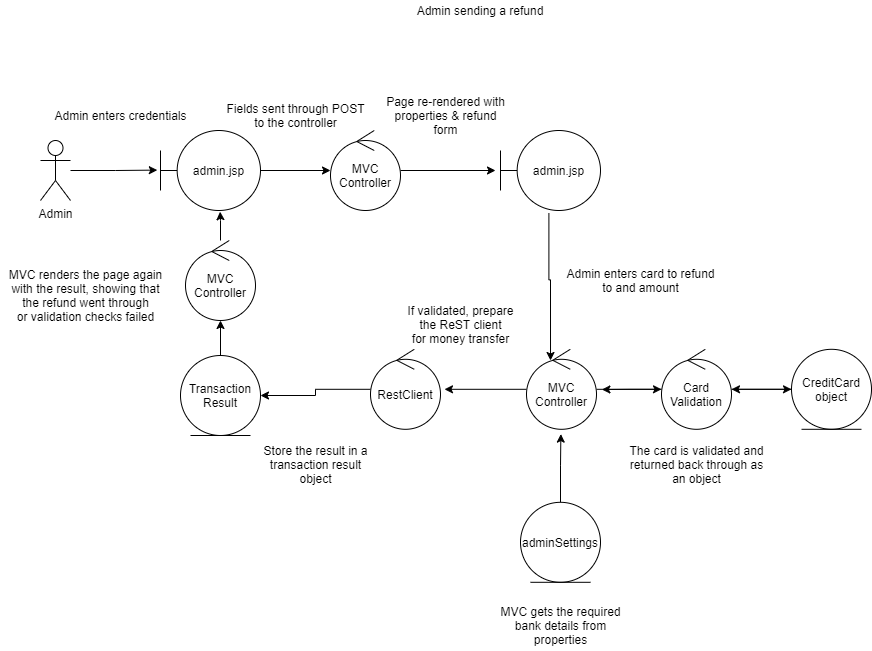
Before: ae1/documentation/UML/robustnessAdminRefund.png, a diagram exported from draw.io (WT000/Bank-Simulator). Source tidied: cells renumbered, new cells last; positions are measured from the earlier drawing's top-left corner, leaving out a move shared by most shapes. Its diagram source:
```xml
<mxGraphModel>
  <root>
    <mxCell id="0" />
    <mxCell id="1" parent="0" />
    <mxCell id="2" style="edgeStyle=orthogonalEdgeStyle;rounded=0;jettySize=auto;html=1;entryX=-0.05;entryY=0.5;entryDx=0;entryDy=0;entryPerimeter=0;" parent="1" edge="1" source="3" target="27">
      <mxGeometry relative="1" as="geometry" />
    </mxCell>
    <mxCell id="3" value="MVC&lt;br&gt;Controller" style="ellipse;shape=umlControl;whiteSpace=wrap;html=1;" parent="1" vertex="1">
      <mxGeometry x="330" y="130" width="70" height="80" as="geometry" />
    </mxCell>
    <mxCell id="4" style="edgeStyle=orthogonalEdgeStyle;rounded=0;jettySize=auto;html=1;entryX=-0.032;entryY=0.495;entryDx=0;entryDy=0;entryPerimeter=0;" parent="1" edge="1" source="5" target="7">
      <mxGeometry relative="1" as="geometry" />
    </mxCell>
    <mxCell id="5" value="Admin" style="shape=umlActor;verticalLabelPosition=bottom;verticalAlign=top;html=1;" parent="1" vertex="1">
      <mxGeometry x="40" y="140" width="30" height="60" as="geometry" />
    </mxCell>
    <mxCell id="6" style="edgeStyle=orthogonalEdgeStyle;rounded=0;jettySize=auto;html=1;" parent="1" edge="1" source="7" target="3">
      <mxGeometry relative="1" as="geometry" />
    </mxCell>
    <mxCell id="7" value="admin.jsp" style="shape=umlBoundary;whiteSpace=wrap;html=1;" parent="1" vertex="1">
      <mxGeometry x="160" y="130" width="100" height="80" as="geometry" />
    </mxCell>
    <mxCell id="8" value="Admin sending a refund" style="text;html=1;strokeColor=none;fillColor=none;align=center;verticalAlign=middle;whiteSpace=wrap;rounded=0;" parent="1" vertex="1">
      <mxGeometry x="375" width="210" height="20" as="geometry" />
    </mxCell>
    <mxCell id="9" value="Admin enters credentials" style="text;html=1;align=center;verticalAlign=middle;strokeColor=none;fillColor=none;" parent="1" vertex="1">
      <mxGeometry x="45" y="105" width="150" height="20" as="geometry" />
    </mxCell>
    <mxCell id="10" value="Fields sent through POST&lt;br&gt;to the controller" style="text;html=1;align=center;verticalAlign=middle;strokeColor=none;fillColor=none;" parent="1" vertex="1">
      <mxGeometry x="220" y="100" width="150" height="30" as="geometry" />
    </mxCell>
    <mxCell id="11" style="edgeStyle=orthogonalEdgeStyle;rounded=0;jettySize=auto;html=1;entryX=0.491;entryY=1.06;entryDx=0;entryDy=0;entryPerimeter=0;" parent="1" edge="1" source="12" target="31">
      <mxGeometry relative="1" as="geometry" />
    </mxCell>
    <mxCell id="12" value="adminSettings" style="ellipse;shape=umlEntity;whiteSpace=wrap;html=1;" parent="1" vertex="1">
      <mxGeometry x="520" y="501.8" width="80" height="80" as="geometry" />
    </mxCell>
    <mxCell id="13" value="MVC gets the required&lt;br&gt;bank details from&lt;br&gt;properties" style="text;html=1;align=center;verticalAlign=middle;strokeColor=none;fillColor=none;" parent="1" vertex="1">
      <mxGeometry x="490" y="600" width="140" height="50" as="geometry" />
    </mxCell>
    <mxCell id="14" style="edgeStyle=orthogonalEdgeStyle;rounded=0;jettySize=auto;html=1;" parent="1" edge="1" source="15" target="18">
      <mxGeometry relative="1" as="geometry" />
    </mxCell>
    <mxCell id="15" value="CreditCard object" style="ellipse;shape=umlEntity;whiteSpace=wrap;html=1;" parent="1" vertex="1">
      <mxGeometry x="791" y="348.8" width="80" height="80" as="geometry" />
    </mxCell>
    <mxCell id="16" style="edgeStyle=orthogonalEdgeStyle;rounded=0;jettySize=auto;html=1;entryX=0;entryY=0.5;entryDx=0;entryDy=0;" parent="1" edge="1" source="18" target="15">
      <mxGeometry relative="1" as="geometry" />
    </mxCell>
    <mxCell id="17" style="edgeStyle=orthogonalEdgeStyle;rounded=0;jettySize=auto;html=1;entryX=1.077;entryY=0.503;entryDx=0;entryDy=0;entryPerimeter=0;" parent="1" edge="1" source="18" target="31">
      <mxGeometry relative="1" as="geometry" />
    </mxCell>
    <mxCell id="18" value="Card Validation" style="ellipse;shape=umlControl;whiteSpace=wrap;html=1;" parent="1" vertex="1">
      <mxGeometry x="661" y="348.8" width="70" height="80" as="geometry" />
    </mxCell>
    <mxCell id="19" value="The card is validated and&lt;br&gt;returned back through as&lt;br&gt;an object" style="text;html=1;align=center;verticalAlign=middle;strokeColor=none;fillColor=none;" parent="1" vertex="1">
      <mxGeometry x="621" y="438.8" width="150" height="50" as="geometry" />
    </mxCell>
    <mxCell id="20" style="edgeStyle=orthogonalEdgeStyle;rounded=0;jettySize=auto;html=1;entryX=1;entryY=0.5;entryDx=0;entryDy=0;" parent="1" edge="1" source="21" target="23">
      <mxGeometry relative="1" as="geometry" />
    </mxCell>
    <mxCell id="21" value="RestClient" style="ellipse;shape=umlControl;whiteSpace=wrap;html=1;" parent="1" vertex="1">
      <mxGeometry x="370" y="348.8" width="70" height="80" as="geometry" />
    </mxCell>
    <mxCell id="22" style="edgeStyle=orthogonalEdgeStyle;rounded=0;jettySize=auto;html=1;" parent="1" edge="1" source="23" target="25">
      <mxGeometry relative="1" as="geometry" />
    </mxCell>
    <mxCell id="23" value="Transaction&lt;br&gt;Result" style="ellipse;shape=umlEntity;whiteSpace=wrap;html=1;" parent="1" vertex="1">
      <mxGeometry x="180" y="355" width="80" height="80" as="geometry" />
    </mxCell>
    <mxCell id="24" style="edgeStyle=orthogonalEdgeStyle;rounded=0;jettySize=auto;html=1;entryX=0.596;entryY=1.015;entryDx=0;entryDy=0;entryPerimeter=0;" parent="1" edge="1" source="25" target="7">
      <mxGeometry relative="1" as="geometry" />
    </mxCell>
    <mxCell id="25" value="MVC&lt;br&gt;Controller" style="ellipse;shape=umlControl;whiteSpace=wrap;html=1;" parent="1" vertex="1">
      <mxGeometry x="185" y="240" width="70" height="80" as="geometry" />
    </mxCell>
    <mxCell id="26" style="edgeStyle=orthogonalEdgeStyle;rounded=0;jettySize=auto;html=1;entryX=0.343;entryY=0.14;entryDx=0;entryDy=0;entryPerimeter=0;exitX=0.484;exitY=1.035;exitDx=0;exitDy=0;exitPerimeter=0;" parent="1" edge="1" source="27" target="31">
      <mxGeometry relative="1" as="geometry" />
    </mxCell>
    <mxCell id="27" value="admin.jsp" style="shape=umlBoundary;whiteSpace=wrap;html=1;" parent="1" vertex="1">
      <mxGeometry x="500" y="130" width="100" height="80" as="geometry" />
    </mxCell>
    <mxCell id="28" value="Page re-rendered with&lt;br&gt;properties &amp;amp; refund&lt;br&gt;form" style="text;html=1;align=center;verticalAlign=middle;strokeColor=none;fillColor=none;" parent="1" vertex="1">
      <mxGeometry x="380" y="90" width="130" height="50" as="geometry" />
    </mxCell>
    <mxCell id="29" style="edgeStyle=orthogonalEdgeStyle;rounded=0;jettySize=auto;html=1;" parent="1" edge="1" source="31" target="18">
      <mxGeometry relative="1" as="geometry" />
    </mxCell>
    <mxCell id="30" style="edgeStyle=orthogonalEdgeStyle;rounded=0;jettySize=auto;html=1;entryX=1.057;entryY=0.5;entryDx=0;entryDy=0;entryPerimeter=0;" parent="1" edge="1" source="31" target="21">
      <mxGeometry relative="1" as="geometry" />
    </mxCell>
    <mxCell id="31" value="MVC&lt;br&gt;Controller" style="ellipse;shape=umlControl;whiteSpace=wrap;html=1;" parent="1" vertex="1">
      <mxGeometry x="526" y="348.8" width="70" height="80" as="geometry" />
    </mxCell>
    <mxCell id="32" value="Admin enters card to refund&lt;br&gt;to and amount" style="text;html=1;align=center;verticalAlign=middle;strokeColor=none;fillColor=none;" parent="1" vertex="1">
      <mxGeometry x="560" y="265" width="160" height="30" as="geometry" />
    </mxCell>
    <mxCell id="33" value="If validated, prepare&lt;br&gt;the ReST client&lt;br&gt;for money transfer" style="text;html=1;align=center;verticalAlign=middle;strokeColor=none;fillColor=none;" parent="1" vertex="1">
      <mxGeometry x="400" y="298.8" width="120" height="50" as="geometry" />
    </mxCell>
    <mxCell id="34" value="Store the result in a&lt;br&gt;transaction result&lt;br&gt;object" style="text;html=1;align=center;verticalAlign=middle;strokeColor=none;fillColor=none;" parent="1" vertex="1">
      <mxGeometry x="255" y="438.8" width="120" height="50" as="geometry" />
    </mxCell>
    <mxCell id="35" value="MVC renders the page again&lt;br&gt;with the result, showing that&lt;br&gt;the refund went through&lt;br&gt;or validation checks failed" style="text;html=1;align=center;verticalAlign=middle;strokeColor=none;fillColor=none;" parent="1" vertex="1">
      <mxGeometry y="265" width="170" height="60" as="geometry" />
    </mxCell>
  </root>
</mxGraphModel>
```
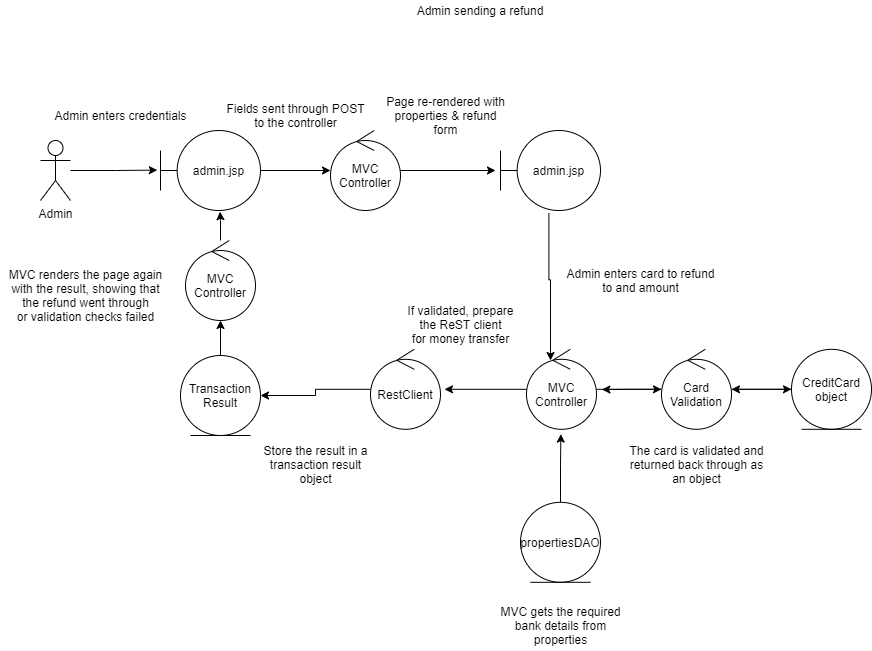
After the commit.

Commit message:
Quick image improvement

Diff of the diagram source:
```diff
@@ -32,7 +32,7 @@
     <mxCell id="11" style="edgeStyle=orthogonalEdgeStyle;rounded=0;jettySize=auto;html=1;entryX=0.491;entryY=1.06;entryDx=0;entryDy=0;entryPerimeter=0;" parent="1" edge="1" source="12" target="31">
       <mxGeometry relative="1" as="geometry" />
     </mxCell>
-    <mxCell id="12" value="adminSettings" style="ellipse;shape=umlEntity;whiteSpace=wrap;html=1;" parent="1" vertex="1">
+    <mxCell id="12" value="propertiesDAO" style="ellipse;shape=umlEntity;whiteSpace=wrap;html=1;" parent="1" vertex="1">
       <mxGeometry x="520" y="501.8" width="80" height="80" as="geometry" />
     </mxCell>
     <mxCell id="13" value="MVC gets the required&lt;br&gt;bank details from&lt;br&gt;properties" style="text;html=1;align=center;verticalAlign=middle;strokeColor=none;fillColor=none;" parent="1" vertex="1">
```
